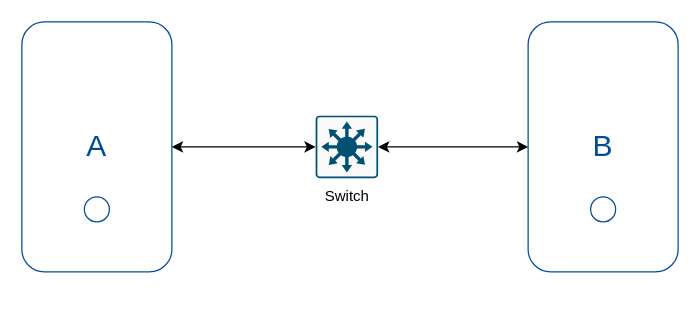
Before: assets/networking.drawio in aditya109/journey-CKA, a draw.io diagram. Source tidied: cells renumbered, new cells numbered last; positions are measured from the earlier drawing's top-left corner, leaving out a move shared by most shapes. Both pictures are drawn from the tidied source at 125%, with x=0, y=0 at pixel (21, 21).
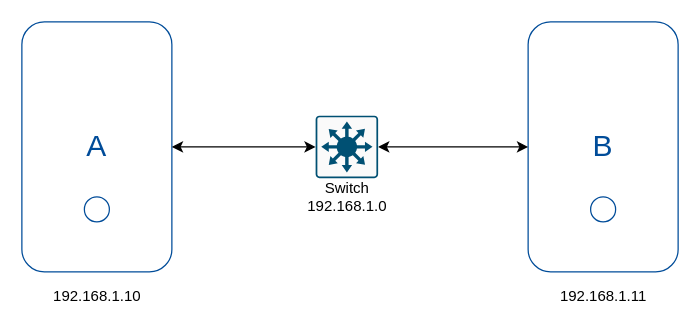
The same page after the edit.

Change to the diagram source:
```diff
@@
 <mxGraphModel>
   <root>
     <mxCell id="0" />
     <mxCell id="1" parent="0" />
     <mxCell id="2" style="group;" parent="1" vertex="1">
       <mxGeometry width="120" height="200" as="geometry" />
     </mxCell>
     <mxCell id="3" value="&lt;font style=&quot;font-size: 24px&quot; color=&quot;#004c99&quot;&gt;A&lt;/font&gt;" style="rounded=1;whiteSpace=wrap;html=1;strokeColor=#004C99;" parent="2" vertex="1">
       <mxGeometry width="120" height="200" as="geometry" />
     </mxCell>
     <mxCell id="4" style="ellipse;whiteSpace=wrap;html=1;strokeColor=#004C99;" parent="2" vertex="1">
       <mxGeometry x="50" y="140" width="20" height="20" as="geometry" />
     </mxCell>
     <mxCell id="5" value="&lt;font style=&quot;font-size: 24px&quot; color=&quot;#004c99&quot;&gt;B&lt;/font&gt;" style="rounded=1;whiteSpace=wrap;html=1;strokeColor=#004C99;" parent="1" vertex="1">
       <mxGeometry x="405" width="120" height="200" as="geometry" />
     </mxCell>
     <mxCell id="6" style="ellipse;whiteSpace=wrap;html=1;strokeColor=#004C99;" parent="1" vertex="1">
       <mxGeometry x="455" y="140" width="20" height="20" as="geometry" />
     </mxCell>
     <mxCell id="7" style="edgeStyle=orthogonalEdgeStyle;curved=1;rounded=0;jettySize=auto;html=1;entryX=0;entryY=0.5;entryDx=0;entryDy=0;startArrow=classic;startFill=1;" parent="1" edge="1" source="8" target="5">
       <mxGeometry relative="1" as="geometry" />
     </mxCell>
     <mxCell id="8" style="points=[[0.015,0.015,0],[0.985,0.015,0],[0.985,0.985,0],[0.015,0.985,0],[0.25,0,0],[0.5,0,0],[0.75,0,0],[1,0.25,0],[1,0.5,0],[1,0.75,0],[0.75,1,0],[0.5,1,0],[0.25,1,0],[0,0.75,0],[0,0.5,0],[0,0.25,0]];verticalLabelPosition=bottom;html=1;verticalAlign=top;align=center;shape=mxgraph.cisco19.rect;prIcon=l3_switch;fillColor=#FAFAFA;strokeColor=#005073;" parent="1" vertex="1">
       <mxGeometry x="235" y="75" width="50" height="50" as="geometry" />
     </mxCell>
-    <mxCell id="9" value="Switch" style="text;html=1;align=center;verticalAlign=middle;strokeColor=none;" parent="1" vertex="1">
-      <mxGeometry x="235" y="130" width="50" height="20" as="geometry" />
+    <mxCell id="9" value="Switch&lt;br&gt;192.168.1.0" style="text;html=1;align=center;verticalAlign=middle;strokeColor=none;" parent="1" vertex="1">
+      <mxGeometry x="220" y="125" width="80" height="30" as="geometry" />
     </mxCell>
     <mxCell id="10" style="edgeStyle=orthogonalEdgeStyle;curved=1;rounded=0;jettySize=auto;html=1;exitX=1;exitY=0.5;exitDx=0;exitDy=0;entryX=0;entryY=0.5;entryDx=0;entryDy=0;entryPerimeter=0;startArrow=classic;startFill=1;" parent="1" edge="1" source="3" target="8">
       <mxGeometry relative="1" as="geometry" />
     </mxCell>
+    <mxCell id="11" value="192.168.1.10" style="text;html=1;align=center;verticalAlign=middle;strokeColor=none;" parent="1" vertex="1">
+      <mxGeometry x="15" y="210" width="90" height="20" as="geometry" />
+    </mxCell>
+    <mxCell id="12" value="192.168.1.11" style="text;html=1;align=center;verticalAlign=middle;strokeColor=none;" parent="1" vertex="1">
+      <mxGeometry x="425" y="210" width="80" height="20" as="geometry" />
+    </mxCell>
   </root>
 </mxGraphModel>
```
